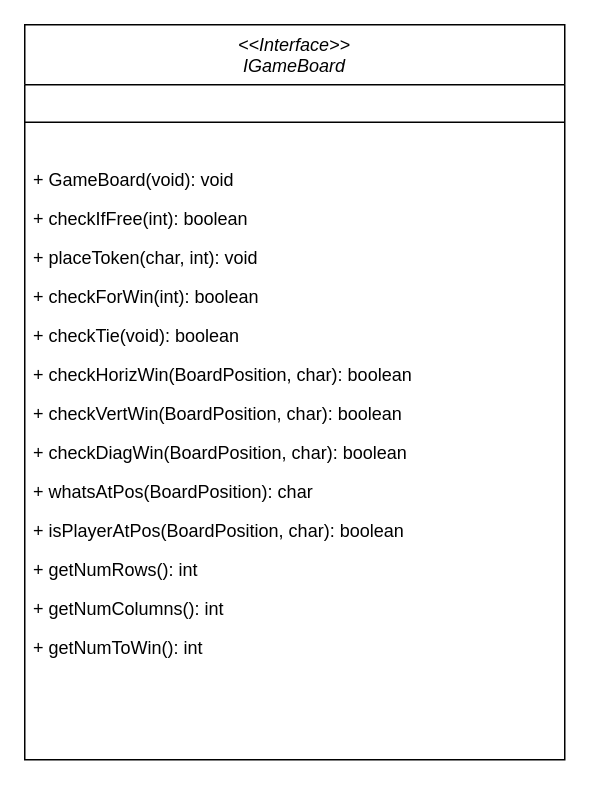
c-tollison/extendedConnectX keeps this draw.io diagram as DRAW_IO/IGameBoard.drawio. Above is the earlier version. Source tidied: cells renumbered, new cells numbered last; positions are measured from the earlier drawing's top-left corner, leaving out a move shared by most shapes. Both pictures are drawn from the tidied source at 150%, with x=0, y=0 at pixel (24, 24).
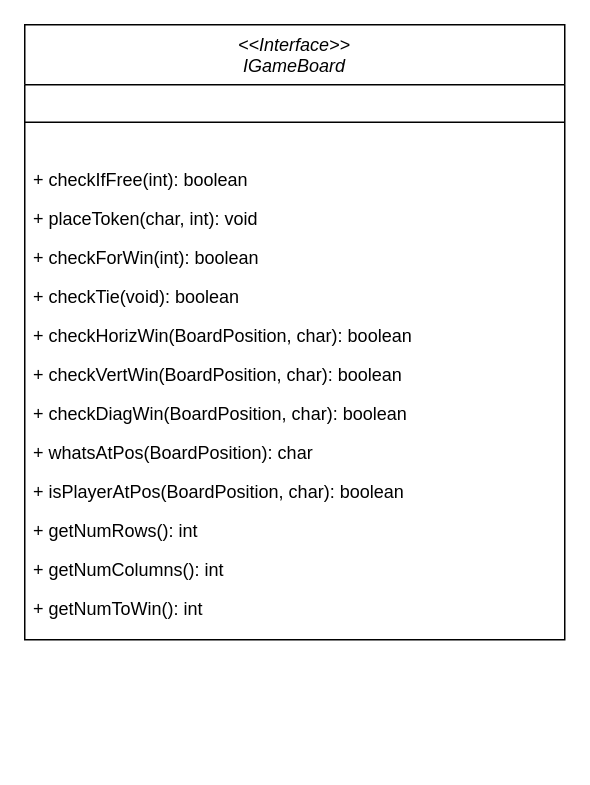
The same page after the edit.

The edit, as a diff of the source:
```diff
@@
 <mxGraphModel>
   <root>
     <mxCell id="0" />
     <mxCell id="1" parent="0" />
     <mxCell id="2" value="&lt;&lt;Interface&gt;&gt;&#10;IGameBoard" style="swimlane;fontStyle=2;align=center;verticalAlign=top;horizontal=1;startSize=40;rounded=0;shadow=0;strokeWidth=1;" parent="1" vertex="1">
-      <mxGeometry width="360" height="490" as="geometry" />
+      <mxGeometry width="360" height="410" as="geometry" />
     </mxCell>
     <mxCell id="3" style="line;html=1;strokeWidth=1;align=left;verticalAlign=middle;spacingTop=-1;spacingLeft=3;spacingRight=3;labelPosition=right;" parent="2" vertex="1">
       <mxGeometry y="40" width="360" height="50" as="geometry" />
     </mxCell>
-    <mxCell id="4" value="+ GameBoard(void): void" style="text;align=left;verticalAlign=top;spacingLeft=4;spacingRight=4;overflow=hidden;" parent="2" vertex="1">
-      <mxGeometry y="90" width="360" height="26" as="geometry" />
-    </mxCell>
     <mxCell id="5" value="+ checkIfFree(int): boolean" style="text;align=left;verticalAlign=top;spacingLeft=4;spacingRight=4;overflow=hidden;" parent="2" vertex="1">
-      <mxGeometry y="116" width="360" height="26" as="geometry" />
+      <mxGeometry y="90" width="360" height="26" as="geometry" />
     </mxCell>
     <mxCell id="6" value="+ placeToken(char, int): void" style="text;align=left;verticalAlign=top;spacingLeft=4;spacingRight=4;overflow=hidden;" parent="2" vertex="1">
-      <mxGeometry y="142" width="360" height="26" as="geometry" />
+      <mxGeometry y="116" width="360" height="26" as="geometry" />
     </mxCell>
     <mxCell id="7" value="+ checkForWin(int): boolean" style="text;align=left;verticalAlign=top;spacingLeft=4;spacingRight=4;overflow=hidden;" parent="2" vertex="1">
-      <mxGeometry y="168" width="360" height="26" as="geometry" />
+      <mxGeometry y="142" width="360" height="26" as="geometry" />
     </mxCell>
     <mxCell id="8" value="+ checkTie(void): boolean" style="text;align=left;verticalAlign=top;spacingLeft=4;spacingRight=4;overflow=hidden;" parent="2" vertex="1">
-      <mxGeometry y="194" width="360" height="26" as="geometry" />
+      <mxGeometry y="168" width="360" height="26" as="geometry" />
     </mxCell>
     <mxCell id="9" value="+ checkHorizWin(BoardPosition, char): boolean" style="text;align=left;verticalAlign=top;spacingLeft=4;spacingRight=4;overflow=hidden;" parent="2" vertex="1">
-      <mxGeometry y="220" width="360" height="26" as="geometry" />
+      <mxGeometry y="194" width="360" height="26" as="geometry" />
     </mxCell>
     <mxCell id="10" value="+ checkVertWin(BoardPosition, char): boolean" style="text;align=left;verticalAlign=top;spacingLeft=4;spacingRight=4;overflow=hidden;" parent="2" vertex="1">
-      <mxGeometry y="246" width="360" height="26" as="geometry" />
+      <mxGeometry y="220" width="360" height="26" as="geometry" />
     </mxCell>
     <mxCell id="11" value="+ checkDiagWin(BoardPosition, char): boolean" style="text;align=left;verticalAlign=top;spacingLeft=4;spacingRight=4;overflow=hidden;" parent="2" vertex="1">
-      <mxGeometry y="272" width="360" height="26" as="geometry" />
+      <mxGeometry y="246" width="360" height="26" as="geometry" />
     </mxCell>
     <mxCell id="12" value="+ whatsAtPos(BoardPosition): char" style="text;align=left;verticalAlign=top;spacingLeft=4;spacingRight=4;overflow=hidden;" parent="2" vertex="1">
-      <mxGeometry y="298" width="360" height="26" as="geometry" />
+      <mxGeometry y="272" width="360" height="26" as="geometry" />
     </mxCell>
     <mxCell id="13" value="+ isPlayerAtPos(BoardPosition, char): boolean" style="text;align=left;verticalAlign=top;spacingLeft=4;spacingRight=4;overflow=hidden;" parent="2" vertex="1">
-      <mxGeometry y="324" width="360" height="26" as="geometry" />
+      <mxGeometry y="298" width="360" height="26" as="geometry" />
     </mxCell>
     <mxCell id="14" value="+ getNumRows(): int" style="text;align=left;verticalAlign=top;spacingLeft=4;spacingRight=4;overflow=hidden;" parent="2" vertex="1">
-      <mxGeometry y="350" width="360" height="26" as="geometry" />
+      <mxGeometry y="324" width="360" height="26" as="geometry" />
     </mxCell>
     <mxCell id="15" value="+ getNumColumns(): int" style="text;align=left;verticalAlign=top;spacingLeft=4;spacingRight=4;overflow=hidden;" parent="2" vertex="1">
-      <mxGeometry y="376" width="360" height="26" as="geometry" />
+      <mxGeometry y="350" width="360" height="26" as="geometry" />
     </mxCell>
     <mxCell id="16" value="+ getNumToWin(): int" style="text;align=left;verticalAlign=top;spacingLeft=4;spacingRight=4;overflow=hidden;" parent="2" vertex="1">
-      <mxGeometry y="402" width="360" height="26" as="geometry" />
+      <mxGeometry y="376" width="360" height="26" as="geometry" />
     </mxCell>
   </root>
 </mxGraphModel>
```
